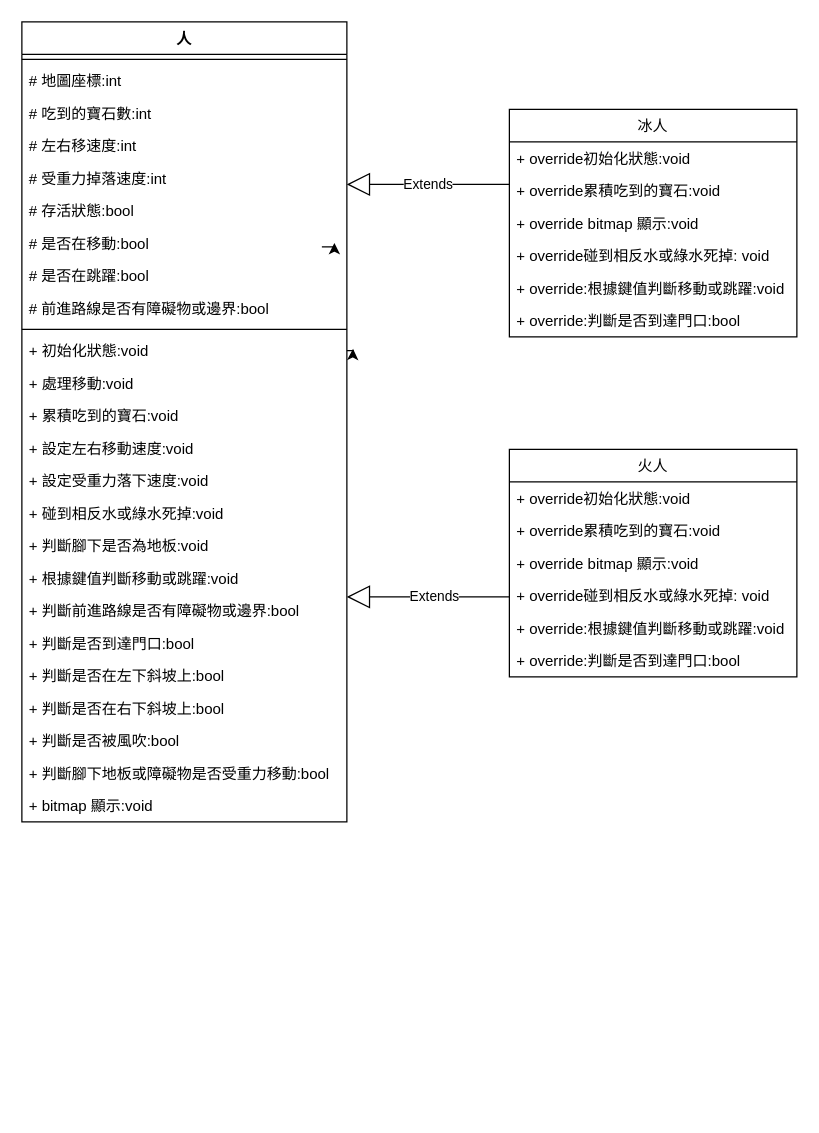
Earlier version of the draw.io diagram page "Page-2" (2 of 2) of UML Diagram/oop_game.drawio (ggjj321/fireboy-watergirl-in-the-forest-temple). Source tidied: cells renumbered, new cells numbered last; positions are measured from the earlier drawing's top-left corner, leaving out a move shared by most shapes. Both pictures are drawn from the tidied source at 125%, with x=0, y=0 at pixel (21, 21).
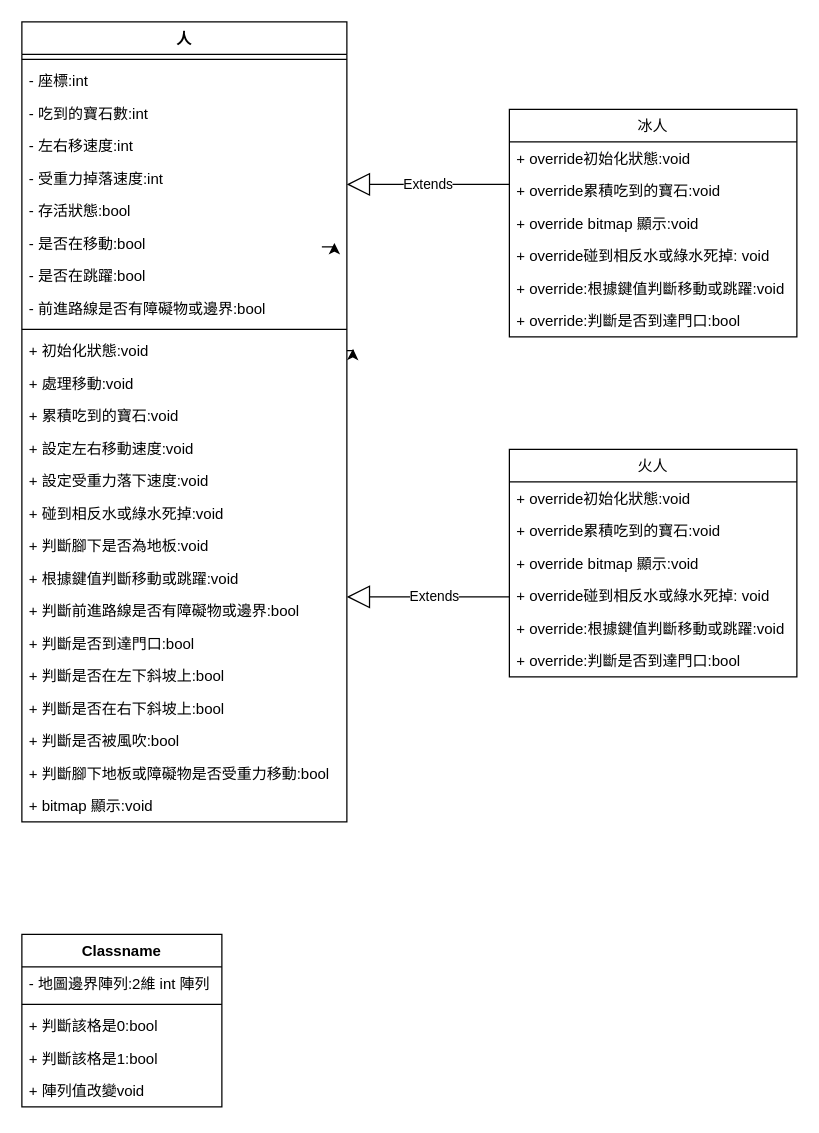
The same diagram, later.

Commit message:
build UML: map

Unchanged cells that the change refers to:
```xml
<mxCell id="2" value="人" style="swimlane;fontStyle=1;align=center;verticalAlign=top;horizontal=1;startSize=26;" parent="1" vertex="1">
  <mxGeometry width="260" height="640" as="geometry" />
</mxCell>
```

The edit, as a diff of the source:
```diff
@@
-    <mxCell id="4" value="# 地圖座標:int&#10;" style="text;strokeColor=none;fillColor=none;align=left;verticalAlign=top;spacingLeft=4;spacingRight=4;overflow=hidden;" parent="2" vertex="1">
+    <mxCell id="4" value="- 座標:int&#10;" style="text;strokeColor=none;fillColor=none;align=left;verticalAlign=top;spacingLeft=4;spacingRight=4;overflow=hidden;" parent="2" vertex="1">
       <mxGeometry y="34" width="260" height="26" as="geometry" />
     </mxCell>
-    <mxCell id="5" value="# 吃到的寶石數:int" style="text;strokeColor=none;fillColor=none;align=left;verticalAlign=top;spacingLeft=4;spacingRight=4;overflow=hidden;" parent="2" vertex="1">
+    <mxCell id="5" value="- 吃到的寶石數:int" style="text;strokeColor=none;fillColor=none;align=left;verticalAlign=top;spacingLeft=4;spacingRight=4;overflow=hidden;" parent="2" vertex="1">
       <mxGeometry y="60" width="260" height="26" as="geometry" />
     </mxCell>
-    <mxCell id="6" value="# 左右移速度:int" style="text;strokeColor=none;fillColor=none;align=left;verticalAlign=top;spacingLeft=4;spacingRight=4;overflow=hidden;" parent="2" vertex="1">
+    <mxCell id="6" value="- 左右移速度:int" style="text;strokeColor=none;fillColor=none;align=left;verticalAlign=top;spacingLeft=4;spacingRight=4;overflow=hidden;" parent="2" vertex="1">
       <mxGeometry y="86" width="260" height="26" as="geometry" />
     </mxCell>
-    <mxCell id="7" value="# 受重力掉落速度:int" style="text;strokeColor=none;fillColor=none;align=left;verticalAlign=top;spacingLeft=4;spacingRight=4;overflow=hidden;" parent="2" vertex="1">
+    <mxCell id="7" value="- 受重力掉落速度:int" style="text;strokeColor=none;fillColor=none;align=left;verticalAlign=top;spacingLeft=4;spacingRight=4;overflow=hidden;" parent="2" vertex="1">
       <mxGeometry y="112" width="260" height="26" as="geometry" />
     </mxCell>
-    <mxCell id="8" value="# 存活狀態:bool" style="text;strokeColor=none;fillColor=none;align=left;verticalAlign=top;spacingLeft=4;spacingRight=4;overflow=hidden;" parent="2" vertex="1">
+    <mxCell id="8" value="- 存活狀態:bool" style="text;strokeColor=none;fillColor=none;align=left;verticalAlign=top;spacingLeft=4;spacingRight=4;overflow=hidden;" parent="2" vertex="1">
       <mxGeometry y="138" width="260" height="26" as="geometry" />
     </mxCell>
-    <mxCell id="9" value="# 是否在移動:bool&#10;" style="text;strokeColor=none;fillColor=none;align=left;verticalAlign=top;spacingLeft=4;spacingRight=4;overflow=hidden;" parent="2" vertex="1">
+    <mxCell id="9" value="- 是否在移動:bool&#10;" style="text;strokeColor=none;fillColor=none;align=left;verticalAlign=top;spacingLeft=4;spacingRight=4;overflow=hidden;" parent="2" vertex="1">
       <mxGeometry y="164" width="260" height="26" as="geometry" />
     </mxCell>
-    <mxCell id="10" value="# 是否在跳躍:bool" style="text;strokeColor=none;fillColor=none;align=left;verticalAlign=top;spacingLeft=4;spacingRight=4;overflow=hidden;" parent="2" vertex="1">
+    <mxCell id="10" value="- 是否在跳躍:bool" style="text;strokeColor=none;fillColor=none;align=left;verticalAlign=top;spacingLeft=4;spacingRight=4;overflow=hidden;" parent="2" vertex="1">
       <mxGeometry y="190" width="260" height="26" as="geometry" />
     </mxCell>
-    <mxCell id="11" value="# 前進路線是否有障礙物或邊界:bool" style="text;strokeColor=none;fillColor=none;align=left;verticalAlign=top;spacingLeft=4;spacingRight=4;overflow=hidden;" parent="2" vertex="1">
+    <mxCell id="11" value="- 前進路線是否有障礙物或邊界:bool" style="text;strokeColor=none;fillColor=none;align=left;verticalAlign=top;spacingLeft=4;spacingRight=4;overflow=hidden;" parent="2" vertex="1">
       <mxGeometry y="216" width="260" height="26" as="geometry" />
     </mxCell>
@@
+    <mxCell id="46" value="Classname" style="swimlane;fontStyle=1;align=center;verticalAlign=top;horizontal=1;startSize=26;" parent="1" vertex="1">
+      <mxGeometry y="730" width="160" height="138" as="geometry" />
+    </mxCell>
+    <mxCell id="47" value="- 地圖邊界陣列:2維 int 陣列 " style="text;strokeColor=none;fillColor=none;align=left;verticalAlign=top;spacingLeft=4;spacingRight=4;overflow=hidden;" parent="46" vertex="1">
+      <mxGeometry y="26" width="160" height="26" as="geometry" />
+    </mxCell>
+    <mxCell id="48" style="line;strokeWidth=1;fillColor=none;align=left;verticalAlign=middle;spacingTop=-1;spacingLeft=3;spacingRight=3;labelPosition=right;" parent="46" vertex="1">
+      <mxGeometry y="52" width="160" height="8" as="geometry" />
+    </mxCell>
+    <mxCell id="49" value="+ 判斷該格是0:bool" style="text;strokeColor=none;fillColor=none;align=left;verticalAlign=top;spacingLeft=4;spacingRight=4;overflow=hidden;" parent="46" vertex="1">
+      <mxGeometry y="60" width="160" height="26" as="geometry" />
+    </mxCell>
+    <mxCell id="50" value="+ 判斷該格是1:bool" style="text;strokeColor=none;fillColor=none;align=left;verticalAlign=top;spacingLeft=4;spacingRight=4;overflow=hidden;" parent="46" vertex="1">
+      <mxGeometry y="86" width="160" height="26" as="geometry" />
+    </mxCell>
+    <mxCell id="51" value="+ 陣列值改變void&#10;" style="text;strokeColor=none;fillColor=none;align=left;verticalAlign=top;spacingLeft=4;spacingRight=4;overflow=hidden;" parent="46" vertex="1">
+      <mxGeometry y="112" width="160" height="26" as="geometry" />
+    </mxCell>
```
